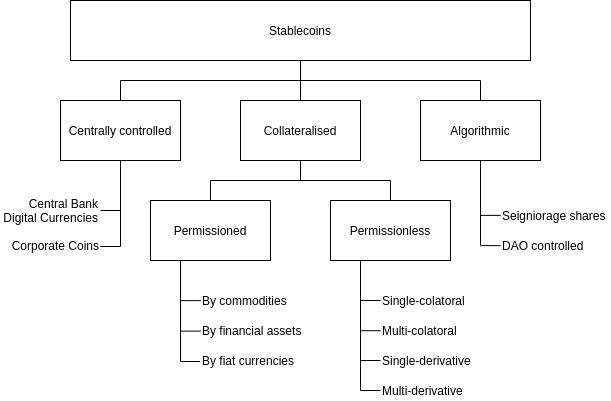
Earlier version of the draw.io export img/taxonomy.png (rwblokzijl/stablecoin-survey). Source tidied: cells renumbered, new cells last; positions are measured from the earlier drawing's top-left corner, leaving out a move shared by most shapes.
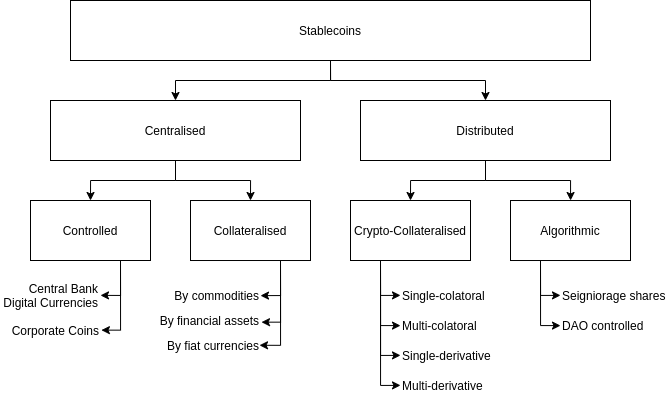
After the change.

Diff of the diagram source:
```diff
@@ -2,106 +2,112 @@
   <root>
     <mxCell id="0" />
     <mxCell id="1" parent="0" />
-    <mxCell id="2" style="edgeStyle=orthogonalEdgeStyle;rounded=0;jettySize=auto;html=1;entryX=0.5;entryY=0;entryDx=0;entryDy=0;endArrow=none;endFill=0;" parent="1" edge="1" source="5" target="20">
-      <mxGeometry relative="1" as="geometry" />
-    </mxCell>
-    <mxCell id="3" style="edgeStyle=orthogonalEdgeStyle;rounded=0;jettySize=auto;html=1;endArrow=none;endFill=0;exitX=0.5;exitY=1;exitDx=0;exitDy=0;" parent="1" edge="1" source="5" target="8">
-      <mxGeometry relative="1" as="geometry" />
-    </mxCell>
-    <mxCell id="4" style="edgeStyle=orthogonalEdgeStyle;rounded=0;jettySize=auto;html=1;entryX=0.5;entryY=0;entryDx=0;entryDy=0;endArrow=none;endFill=0;exitX=0.5;exitY=1;exitDx=0;exitDy=0;" parent="1" edge="1" source="5" target="21">
-      <mxGeometry relative="1" as="geometry" />
-    </mxCell>
+    <mxCell id="35" style="edgeStyle=orthogonalEdgeStyle;rounded=0;jettySize=auto;html=1;exitX=0.5;exitY=1;exitDx=0;exitDy=0;entryX=0.5;entryY=0;entryDx=0;entryDy=0;" parent="1" edge="1" source="5" target="44">
+      <mxGeometry relative="1" as="geometry" />
+    </mxCell>
+    <mxCell id="36" style="edgeStyle=orthogonalEdgeStyle;rounded=0;jettySize=auto;html=1;exitX=0.5;exitY=1;exitDx=0;exitDy=0;entryX=0.5;entryY=0;entryDx=0;entryDy=0;" parent="1" edge="1" source="5" target="47">
+      <mxGeometry relative="1" as="geometry" />
+    </mxCell>
     <mxCell id="5" value="Stablecoins" style="rounded=0;whiteSpace=wrap;html=1;" parent="1" vertex="1">
-      <mxGeometry x="70" width="460" height="60" as="geometry" />
+      <mxGeometry x="50" y="-100" width="520" height="60" as="geometry" />
     </mxCell>
-    <mxCell id="6" style="edgeStyle=orthogonalEdgeStyle;rounded=0;jettySize=auto;html=1;exitX=0.5;exitY=1;exitDx=0;exitDy=0;entryX=1;entryY=0.5;entryDx=0;entryDy=0;endArrow=none;endFill=0;" parent="1" edge="1" source="8" target="33">
+    <mxCell id="6" style="edgeStyle=orthogonalEdgeStyle;rounded=0;jettySize=auto;html=1;exitX=0.75;exitY=1;exitDx=0;exitDy=0;entryX=1;entryY=0.5;entryDx=0;entryDy=0;" parent="1" edge="1" source="8" target="33">
       <mxGeometry relative="1" as="geometry" />
     </mxCell>
-    <mxCell id="7" style="edgeStyle=orthogonalEdgeStyle;rounded=0;jettySize=auto;html=1;exitX=0.5;exitY=1;exitDx=0;exitDy=0;entryX=0.996;entryY=0.544;entryDx=0;entryDy=0;entryPerimeter=0;endArrow=none;endFill=0;" parent="1" edge="1" source="8" target="34">
+    <mxCell id="7" style="edgeStyle=orthogonalEdgeStyle;rounded=0;jettySize=auto;html=1;exitX=0.75;exitY=1;exitDx=0;exitDy=0;entryX=1.009;entryY=0.482;entryDx=0;entryDy=0;entryPerimeter=0;" parent="1" edge="1" source="8" target="34">
       <mxGeometry relative="1" as="geometry" />
     </mxCell>
-    <mxCell id="8" value="Centrally controlled" style="rounded=0;whiteSpace=wrap;html=1;" parent="1" vertex="1">
-      <mxGeometry x="60" y="100" width="120" height="60" as="geometry" />
+    <mxCell id="8" value="Controlled" style="rounded=0;whiteSpace=wrap;html=1;" parent="1" vertex="1">
+      <mxGeometry x="10" y="100" width="120" height="60" as="geometry" />
     </mxCell>
-    <mxCell id="9" style="edgeStyle=orthogonalEdgeStyle;rounded=0;jettySize=auto;html=1;exitX=0.25;exitY=1;exitDx=0;exitDy=0;entryX=-0.001;entryY=0.506;entryDx=0;entryDy=0;entryPerimeter=0;endArrow=none;endFill=0;" parent="1" edge="1" source="12" target="24">
-      <mxGeometry relative="1" as="geometry" />
-    </mxCell>
-    <mxCell id="10" style="edgeStyle=orthogonalEdgeStyle;rounded=0;jettySize=auto;html=1;exitX=0.25;exitY=1;exitDx=0;exitDy=0;entryX=-0.004;entryY=0.519;entryDx=0;entryDy=0;entryPerimeter=0;endArrow=none;endFill=0;" parent="1" edge="1" source="12" target="26">
-      <mxGeometry relative="1" as="geometry" />
-    </mxCell>
-    <mxCell id="11" style="edgeStyle=orthogonalEdgeStyle;rounded=0;jettySize=auto;html=1;exitX=0.25;exitY=1;exitDx=0;exitDy=0;entryX=-0.009;entryY=0.55;entryDx=0;entryDy=0;entryPerimeter=0;endArrow=none;endFill=0;" parent="1" edge="1" source="12" target="25">
-      <mxGeometry relative="1" as="geometry" />
-    </mxCell>
-    <mxCell id="12" value="Permissioned" style="rounded=0;whiteSpace=wrap;html=1;" parent="1" vertex="1">
-      <mxGeometry x="150" y="200" width="120" height="60" as="geometry" />
-    </mxCell>
-    <mxCell id="13" style="edgeStyle=orthogonalEdgeStyle;rounded=0;jettySize=auto;html=1;exitX=0.25;exitY=1;exitDx=0;exitDy=0;entryX=0;entryY=0.5;entryDx=0;entryDy=0;endArrow=none;endFill=0;" parent="1" edge="1" source="17" target="22">
-      <mxGeometry relative="1" as="geometry" />
-    </mxCell>
-    <mxCell id="14" style="edgeStyle=orthogonalEdgeStyle;rounded=0;jettySize=auto;html=1;exitX=0.25;exitY=1;exitDx=0;exitDy=0;entryX=0;entryY=0.5;entryDx=0;entryDy=0;endArrow=none;endFill=0;" parent="1" edge="1" source="17" target="23">
-      <mxGeometry relative="1" as="geometry" />
-    </mxCell>
-    <mxCell id="15" style="edgeStyle=orthogonalEdgeStyle;rounded=0;jettySize=auto;html=1;exitX=0.25;exitY=1;exitDx=0;exitDy=0;entryX=0;entryY=0.5;entryDx=0;entryDy=0;endArrow=none;endFill=0;" parent="1" edge="1" source="17" target="31">
-      <mxGeometry relative="1" as="geometry" />
-    </mxCell>
-    <mxCell id="16" style="edgeStyle=orthogonalEdgeStyle;rounded=0;jettySize=auto;html=1;exitX=0.25;exitY=1;exitDx=0;exitDy=0;entryX=0;entryY=0.5;entryDx=0;entryDy=0;endArrow=none;endFill=0;" parent="1" edge="1" source="17" target="32">
-      <mxGeometry relative="1" as="geometry" />
-    </mxCell>
-    <mxCell id="17" value="Permissionless" style="rounded=0;whiteSpace=wrap;html=1;" parent="1" vertex="1">
-      <mxGeometry x="330" y="200" width="120" height="60" as="geometry" />
-    </mxCell>
-    <mxCell id="18" style="edgeStyle=orthogonalEdgeStyle;rounded=0;jettySize=auto;html=1;exitX=0.5;exitY=1;exitDx=0;exitDy=0;entryX=0.5;entryY=0;entryDx=0;entryDy=0;endArrow=none;endFill=0;" parent="1" edge="1" source="20" target="12">
-      <mxGeometry relative="1" as="geometry" />
-    </mxCell>
-    <mxCell id="19" style="edgeStyle=orthogonalEdgeStyle;rounded=0;jettySize=auto;html=1;exitX=0.5;exitY=1;exitDx=0;exitDy=0;entryX=0.5;entryY=0;entryDx=0;entryDy=0;endArrow=none;endFill=0;" parent="1" edge="1" source="20" target="17">
-      <mxGeometry relative="1" as="geometry" />
-    </mxCell>
+    <mxCell id="37" style="edgeStyle=orthogonalEdgeStyle;rounded=0;jettySize=auto;html=1;exitX=0.75;exitY=1;exitDx=0;exitDy=0;entryX=1;entryY=0.5;entryDx=0;entryDy=0;entryPerimeter=0;" parent="1" edge="1" source="20" target="24">
+      <mxGeometry relative="1" as="geometry" />
+    </mxCell>
+    <mxCell id="38" style="edgeStyle=orthogonalEdgeStyle;rounded=0;jettySize=auto;html=1;exitX=0.75;exitY=1;exitDx=0;exitDy=0;entryX=1.009;entryY=0.572;entryDx=0;entryDy=0;entryPerimeter=0;" parent="1" edge="1" source="20" target="26">
+      <mxGeometry relative="1" as="geometry" />
+    </mxCell>
+    <mxCell id="39" style="edgeStyle=orthogonalEdgeStyle;rounded=0;jettySize=auto;html=1;exitX=0.75;exitY=1;exitDx=0;exitDy=0;entryX=0.991;entryY=0.483;entryDx=0;entryDy=0;entryPerimeter=0;" parent="1" edge="1" source="20" target="25">
+      <mxGeometry relative="1" as="geometry" />
+    </mxCell>
     <mxCell id="20" value="Collateralised" style="rounded=0;whiteSpace=wrap;html=1;" parent="1" vertex="1">
-      <mxGeometry x="240" y="100" width="120" height="60" as="geometry" />
+      <mxGeometry x="170" y="100" width="120" height="60" as="geometry" />
     </mxCell>
+    <mxCell id="40" style="edgeStyle=orthogonalEdgeStyle;rounded=0;jettySize=auto;html=1;exitX=0.25;exitY=1;exitDx=0;exitDy=0;entryX=0;entryY=0.5;entryDx=0;entryDy=0;" parent="1" edge="1" source="21" target="28">
+      <mxGeometry relative="1" as="geometry" />
+    </mxCell>
+    <mxCell id="41" style="edgeStyle=orthogonalEdgeStyle;rounded=0;jettySize=auto;html=1;exitX=0.25;exitY=1;exitDx=0;exitDy=0;entryX=0;entryY=0.5;entryDx=0;entryDy=0;" parent="1" edge="1" source="21" target="30">
+      <mxGeometry relative="1" as="geometry" />
+    </mxCell>
     <mxCell id="21" value="Algorithmic" style="rounded=0;whiteSpace=wrap;html=1;" parent="1" vertex="1">
-      <mxGeometry x="420" y="100" width="120" height="60" as="geometry" />
+      <mxGeometry x="490" y="100" width="120" height="60" as="geometry" />
     </mxCell>
     <mxCell id="22" value="Single-colatoral" style="text;html=1;strokeColor=none;fillColor=none;align=left;verticalAlign=middle;whiteSpace=wrap;rounded=0;" parent="1" vertex="1">
-      <mxGeometry x="380" y="290" width="100" height="20" as="geometry" />
+      <mxGeometry x="380" y="184.9" width="100" height="20" as="geometry" />
     </mxCell>
     <mxCell id="23" value="Multi-colatoral" style="text;html=1;strokeColor=none;fillColor=none;align=left;verticalAlign=middle;whiteSpace=wrap;rounded=0;" parent="1" vertex="1">
-      <mxGeometry x="380" y="320.2" width="100" height="20" as="geometry" />
+      <mxGeometry x="380" y="215.1" width="100" height="20" as="geometry" />
     </mxCell>
-    <mxCell id="24" value="By commodities" style="text;html=1;align=left;verticalAlign=middle;points=[];strokeColor=none;" parent="1" vertex="1">
-      <mxGeometry x="200.4" y="290" width="100" height="20" as="geometry" />
+    <mxCell id="24" value="By commodities" style="text;html=1;align=right;verticalAlign=middle;points=[];strokeColor=none;" parent="1" vertex="1">
+      <mxGeometry x="140" y="185.1" width="100" height="20" as="geometry" />
     </mxCell>
-    <mxCell id="25" value="By fiat currencies" style="text;html=1;align=left;verticalAlign=middle;points=[];strokeColor=none;" parent="1" vertex="1">
-      <mxGeometry x="200.4" y="350" width="110" height="20" as="geometry" />
+    <mxCell id="25" value="By fiat currencies" style="text;html=1;align=right;verticalAlign=middle;points=[];strokeColor=none;" parent="1" vertex="1">
+      <mxGeometry x="130" y="235.1" width="110" height="20" as="geometry" />
     </mxCell>
-    <mxCell id="26" value="By financial assets" style="text;html=1;align=left;verticalAlign=middle;points=[];strokeColor=none;" parent="1" vertex="1">
-      <mxGeometry x="200.4" y="320.2" width="110" height="20" as="geometry" />
+    <mxCell id="26" value="By financial assets" style="text;html=1;align=right;verticalAlign=middle;points=[];strokeColor=none;" parent="1" vertex="1">
+      <mxGeometry x="130" y="210.2" width="110" height="20" as="geometry" />
     </mxCell>
-    <mxCell id="27" style="edgeStyle=orthogonalEdgeStyle;rounded=0;jettySize=auto;html=1;exitX=0;exitY=0.5;exitDx=0;exitDy=0;entryX=0.5;entryY=1;entryDx=0;entryDy=0;endArrow=none;endFill=0;" parent="1" edge="1" source="28" target="21">
-      <mxGeometry relative="1" as="geometry" />
-    </mxCell>
     <mxCell id="28" value="Seigniorage shares" style="text;html=1;strokeColor=none;fillColor=none;align=left;verticalAlign=middle;whiteSpace=wrap;rounded=0;" parent="1" vertex="1">
-      <mxGeometry x="500" y="204.9" width="110" height="20" as="geometry" />
+      <mxGeometry x="540" y="184.9" width="110" height="20" as="geometry" />
     </mxCell>
-    <mxCell id="29" style="edgeStyle=orthogonalEdgeStyle;rounded=0;jettySize=auto;html=1;exitX=0;exitY=0.5;exitDx=0;exitDy=0;endArrow=none;endFill=0;" parent="1" edge="1" source="30">
-      <mxGeometry relative="1" as="geometry">
-        <mxPoint x="480" y="160" as="targetPoint" />
-      </mxGeometry>
-    </mxCell>
     <mxCell id="30" value="DAO controlled" style="text;html=1;strokeColor=none;fillColor=none;align=left;verticalAlign=middle;whiteSpace=wrap;rounded=0;" parent="1" vertex="1">
-      <mxGeometry x="500" y="235.1" width="100" height="20" as="geometry" />
+      <mxGeometry x="540" y="215.1" width="100" height="20" as="geometry" />
     </mxCell>
     <mxCell id="31" value="Single-derivative" style="text;html=1;strokeColor=none;fillColor=none;align=left;verticalAlign=middle;whiteSpace=wrap;rounded=0;" parent="1" vertex="1">
-      <mxGeometry x="380" y="350" width="100" height="20" as="geometry" />
+      <mxGeometry x="380" y="244.9" width="100" height="20" as="geometry" />
     </mxCell>
     <mxCell id="32" value="Multi-derivative" style="text;html=1;strokeColor=none;fillColor=none;align=left;verticalAlign=middle;whiteSpace=wrap;rounded=0;" parent="1" vertex="1">
-      <mxGeometry x="380" y="380" width="100" height="20" as="geometry" />
+      <mxGeometry x="380" y="274.9" width="100" height="20" as="geometry" />
     </mxCell>
     <mxCell id="33" value="Central Bank Digital Currencies" style="text;html=1;strokeColor=none;fillColor=none;align=right;verticalAlign=middle;whiteSpace=wrap;rounded=0;" parent="1" vertex="1">
-      <mxGeometry y="200" width="100" height="20" as="geometry" />
+      <mxGeometry x="-20" y="184.9" width="100" height="20" as="geometry" />
     </mxCell>
     <mxCell id="34" value="Corporate Coins" style="text;html=1;align=right;verticalAlign=middle;points=[];strokeColor=none;" parent="1" vertex="1">
-      <mxGeometry y="235.1" width="100" height="20" as="geometry" />
+      <mxGeometry x="-20" y="220" width="100" height="20" as="geometry" />
     </mxCell>
+    <mxCell id="42" style="edgeStyle=orthogonalEdgeStyle;rounded=0;jettySize=auto;html=1;entryX=0.5;entryY=0;entryDx=0;entryDy=0;" parent="1" edge="1" source="44" target="8">
+      <mxGeometry relative="1" as="geometry" />
+    </mxCell>
+    <mxCell id="43" style="edgeStyle=orthogonalEdgeStyle;rounded=0;jettySize=auto;html=1;" parent="1" edge="1" source="44">
+      <mxGeometry relative="1" as="geometry">
+        <mxPoint x="230" y="100" as="targetPoint" />
+      </mxGeometry>
+    </mxCell>
+    <mxCell id="44" value="Centralised" style="rounded=0;whiteSpace=wrap;html=1;" parent="1" vertex="1">
+      <mxGeometry x="30" width="250" height="60" as="geometry" />
+    </mxCell>
+    <mxCell id="45" style="edgeStyle=orthogonalEdgeStyle;rounded=0;jettySize=auto;html=1;entryX=0.5;entryY=0;entryDx=0;entryDy=0;" parent="1" edge="1" source="47" target="52">
+      <mxGeometry relative="1" as="geometry" />
+    </mxCell>
+    <mxCell id="46" style="edgeStyle=orthogonalEdgeStyle;rounded=0;jettySize=auto;html=1;" parent="1" edge="1" source="47" target="21">
+      <mxGeometry relative="1" as="geometry" />
+    </mxCell>
+    <mxCell id="47" value="Distributed" style="rounded=0;whiteSpace=wrap;html=1;" parent="1" vertex="1">
+      <mxGeometry x="340" width="250" height="60" as="geometry" />
+    </mxCell>
+    <mxCell id="48" style="edgeStyle=orthogonalEdgeStyle;rounded=0;jettySize=auto;html=1;exitX=0.25;exitY=1;exitDx=0;exitDy=0;entryX=0;entryY=0.5;entryDx=0;entryDy=0;" parent="1" edge="1" source="52" target="22">
+      <mxGeometry relative="1" as="geometry" />
+    </mxCell>
+    <mxCell id="49" style="edgeStyle=orthogonalEdgeStyle;rounded=0;jettySize=auto;html=1;exitX=0.25;exitY=1;exitDx=0;exitDy=0;entryX=0;entryY=0.5;entryDx=0;entryDy=0;" parent="1" edge="1" source="52" target="23">
+      <mxGeometry relative="1" as="geometry" />
+    </mxCell>
+    <mxCell id="50" style="edgeStyle=orthogonalEdgeStyle;rounded=0;jettySize=auto;html=1;exitX=0.25;exitY=1;exitDx=0;exitDy=0;entryX=0;entryY=0.5;entryDx=0;entryDy=0;" parent="1" edge="1" source="52" target="31">
+      <mxGeometry relative="1" as="geometry" />
+    </mxCell>
+    <mxCell id="51" style="edgeStyle=orthogonalEdgeStyle;rounded=0;jettySize=auto;html=1;exitX=0.25;exitY=1;exitDx=0;exitDy=0;entryX=0;entryY=0.5;entryDx=0;entryDy=0;" parent="1" edge="1" source="52" target="32">
+      <mxGeometry relative="1" as="geometry" />
+    </mxCell>
+    <mxCell id="52" value="Crypto-Collateralised" style="rounded=0;whiteSpace=wrap;html=1;" parent="1" vertex="1">
+      <mxGeometry x="330" y="100" width="120" height="60" as="geometry" />
+    </mxCell>
   </root>
 </mxGraphModel>
```
